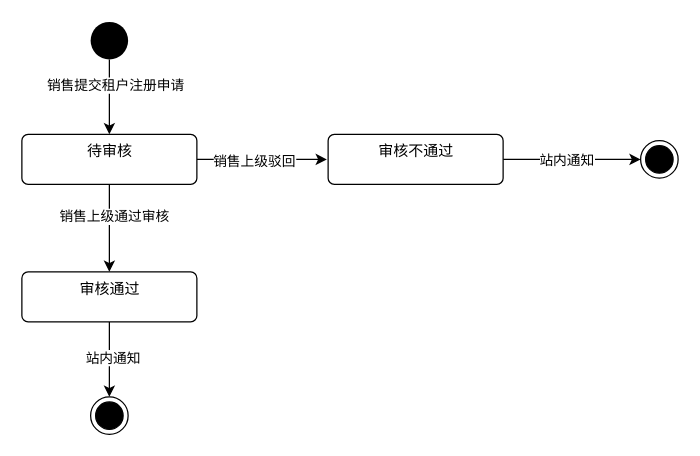
The draw.io diagram Untitled Diagram.drawio in ZachChou-Product/model-design, before the edit. Source tidied: cells renumbered, new cells numbered last; positions are measured from the earlier drawing's top-left corner, leaving out a move shared by most shapes. Both pictures are drawn from the tidied source at 125%, with x=0, y=0 at pixel (21, 21).
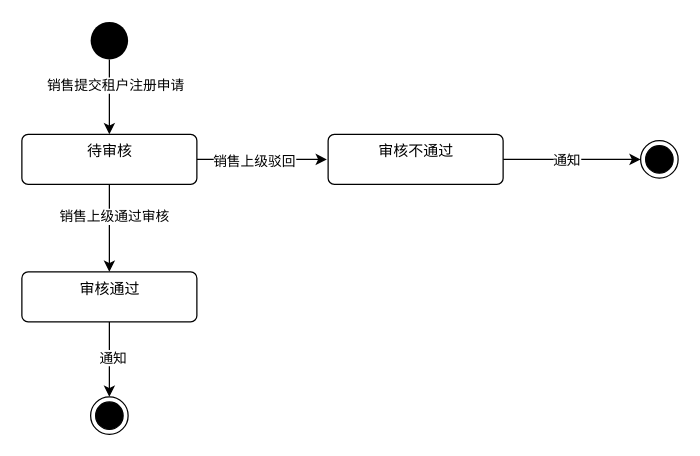
Above is the later version.

Unchanged cells that the change refers to:
```xml
<mxCell id="10" style="edgeStyle=orthogonalEdgeStyle;rounded=0;jettySize=auto;html=1;" parent="1" edge="1" source="12">
  <mxGeometry relative="1" as="geometry">
    <mxPoint x="70" y="300" as="targetPoint" />
  </mxGeometry>
</mxCell>
<mxCell id="14" style="edgeStyle=orthogonalEdgeStyle;rounded=0;jettySize=auto;html=1;entryX=0;entryY=0.5;entryDx=0;entryDy=0;" parent="1" edge="1" source="16" target="17">
  <mxGeometry relative="1" as="geometry" />
</mxCell>
```

What changed in the source:
```diff
@@
-    <mxCell id="11" value="站内通知" style="edgeLabel;html=1;align=center;verticalAlign=middle;" parent="10" vertex="1">
+    <mxCell id="11" value="通知" style="edgeLabel;html=1;align=center;verticalAlign=middle;" parent="10" vertex="1">
       <mxGeometry x="-0.07" y="2" relative="1" as="geometry" />
     </mxCell>
@@
-    <mxCell id="15" value="站内通知" style="edgeLabel;html=1;align=center;verticalAlign=middle;" parent="14" vertex="1">
+    <mxCell id="15" value="通知" style="edgeLabel;html=1;align=center;verticalAlign=middle;" parent="14" vertex="1">
       <mxGeometry x="-0.27" relative="1" as="geometry">
         <mxPoint x="10" as="offset" />
       </mxGeometry>
     </mxCell>
```
